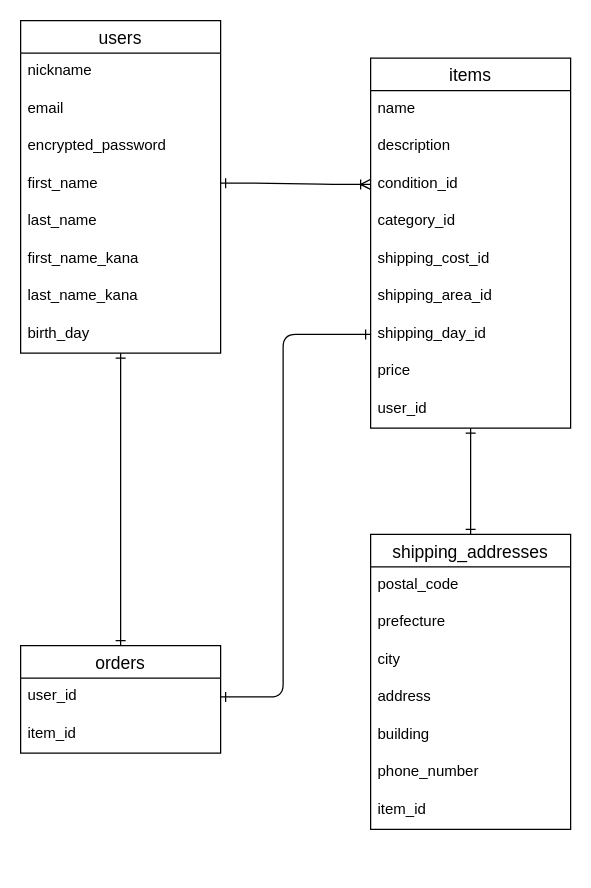
This is furima.dio from honda-gentuki/furima-37854, a draw.io file, before an edit. Source tidied: cells renumbered, new cells numbered last; positions are measured from the earlier drawing's top-left corner, leaving out a move shared by most shapes. Both pictures are drawn from the tidied source at 125%, with x=0, y=0 at pixel (20, 20).
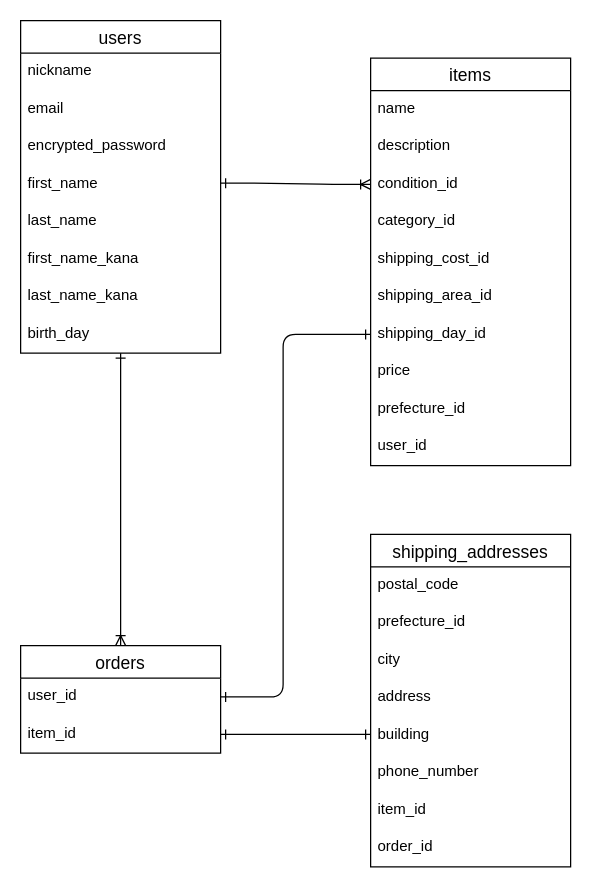
After the change.

Commit message (it also covers changes not shown here):
アソシエーションとREADEMEの修正

Unchanged cells that the change refers to:
```xml
<mxCell id="2" value="users" style="swimlane;fontStyle=0;horizontal=1;startSize=26;align=center;fontSize=14;" parent="1" vertex="1">
  <mxGeometry width="160" height="266" as="geometry" />
</mxCell>
<mxCell id="29" value="orders" style="swimlane;fontStyle=0;horizontal=1;startSize=26;align=center;fontSize=14;" parent="1" vertex="1">
  <mxGeometry y="500" width="160" height="86" as="geometry" />
</mxCell>
<mxCell id="31" value="item_id" style="text;strokeColor=none;fillColor=none;spacingLeft=4;spacingRight=4;overflow=hidden;points=[[0,0.5],[1,0.5]];portConstraint=eastwest;fontSize=12;" parent="29" vertex="1">
  <mxGeometry y="56" width="160" height="30" as="geometry" />
</mxCell>
```

What changed in the source:
```diff
@@
     <mxCell id="11" value="items" style="swimlane;fontStyle=0;horizontal=1;startSize=26;align=center;fontSize=14;" parent="1" vertex="1">
-      <mxGeometry x="280" y="30" width="160" height="296" as="geometry" />
+      <mxGeometry x="280" y="30" width="160" height="326" as="geometry" />
     </mxCell>
@@
+    <mxCell id="36" value="prefecture_id" style="text;strokeColor=none;fillColor=none;spacingLeft=4;spacingRight=4;overflow=hidden;fontSize=12;" parent="11" vertex="1">
+      <mxGeometry y="266" width="160" height="30" as="geometry" />
+    </mxCell>
     <mxCell id="20" value="user_id" style="text;strokeColor=none;fillColor=none;spacingLeft=4;spacingRight=4;overflow=hidden;fontSize=12;" parent="11" vertex="1">
-      <mxGeometry y="266" width="160" height="30" as="geometry" />
+      <mxGeometry y="296" width="160" height="30" as="geometry" />
     </mxCell>
     <mxCell id="21" value="shipping_addresses" style="swimlane;fontStyle=0;horizontal=1;startSize=26;align=center;fontSize=14;" parent="1" vertex="1">
-      <mxGeometry x="280" y="411" width="160" height="236" as="geometry" />
+      <mxGeometry x="280" y="411" width="160" height="266" as="geometry" />
     </mxCell>
@@
-    <mxCell id="23" value="prefecture" style="text;strokeColor=none;fillColor=none;spacingLeft=4;spacingRight=4;overflow=hidden;fontSize=12;" parent="21" vertex="1">
+    <mxCell id="23" value="prefecture_id" style="text;strokeColor=none;fillColor=none;spacingLeft=4;spacingRight=4;overflow=hidden;fontSize=12;" parent="21" vertex="1">
       <mxGeometry y="56" width="160" height="30" as="geometry" />
     </mxCell>
@@
+    <mxCell id="37" value="item_id" style="text;strokeColor=none;fillColor=none;spacingLeft=4;spacingRight=4;overflow=hidden;fontSize=12;" parent="21" vertex="1">
+      <mxGeometry y="206" width="160" height="30" as="geometry" />
+    </mxCell>
-    <mxCell id="28" value="item_id" style="text;strokeColor=none;fillColor=none;spacingLeft=4;spacingRight=4;overflow=hidden;fontSize=12;" parent="21" vertex="1">
-      <mxGeometry y="206" width="160" height="30" as="geometry" />
+    <mxCell id="28" value="order_id" style="text;strokeColor=none;fillColor=none;spacingLeft=4;spacingRight=4;overflow=hidden;fontSize=12;" parent="21" vertex="1">
+      <mxGeometry y="236" width="160" height="30" as="geometry" />
     </mxCell>
@@
-    <mxCell id="33" style="fontSize=12;html=1;endArrow=ERone;startArrow=ERone;exitX=0.5;exitY=0;exitDx=0;exitDy=0;startFill=0;endFill=0;entryX=0.5;entryY=1;entryDx=0;entryDy=0;" parent="1" edge="1" source="29" target="2">
+    <mxCell id="33" style="fontSize=12;html=1;endArrow=ERone;startArrow=ERoneToMany;exitX=0.5;exitY=0;exitDx=0;exitDy=0;startFill=0;endFill=0;entryX=0.5;entryY=1;entryDx=0;entryDy=0;" parent="1" edge="1" source="29" target="2">
       <mxGeometry relative="1" as="geometry" />
     </mxCell>
-    <mxCell id="34" style="fontSize=12;html=1;endArrow=ERone;startArrow=ERone;exitX=0.5;exitY=0;exitDx=0;exitDy=0;startFill=0;endFill=0;entryX=0.5;entryY=1;entryDx=0;entryDy=0;" parent="1" edge="1" source="21" target="11">
-      <mxGeometry relative="1" as="geometry" />
-    </mxCell>
@@
+    <mxCell id="38" style="edgeStyle=entityRelationEdgeStyle;fontSize=12;html=1;endArrow=ERone;exitX=1;exitY=0.5;exitDx=0;exitDy=0;startArrow=ERone;startFill=0;endFill=0;" parent="1" edge="1" source="31">
+      <mxGeometry relative="1" as="geometry">
+        <mxPoint x="280" y="571" as="targetPoint" />
+      </mxGeometry>
+    </mxCell>
```
